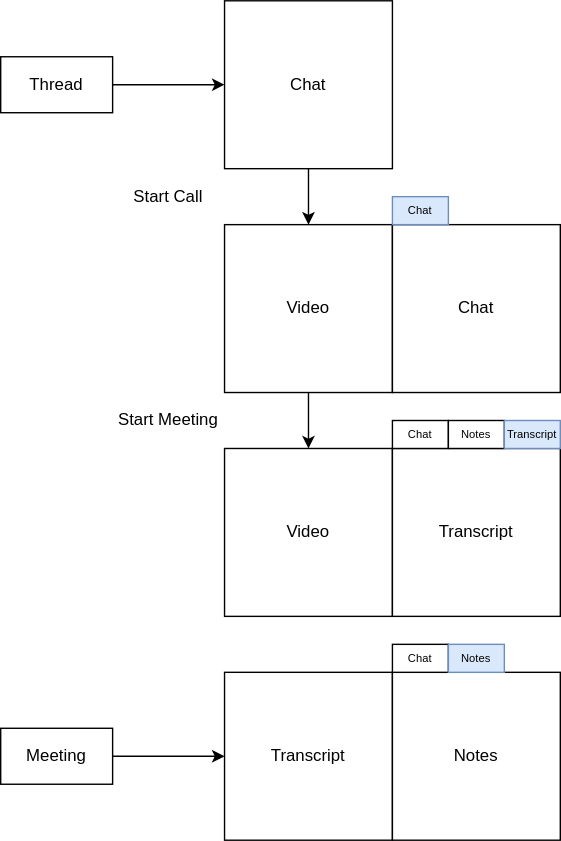
dxos/dxos keeps this draw.io diagram as docs/design/diagrams/meetings.drawio.svg. Above is the earlier version. Source tidied: cells renumbered, new cells last; positions are measured from the earlier drawing's top-left corner, leaving out a move shared by most shapes. Its diagram source:
```xml
<mxGraphModel>
  <root>
    <mxCell id="0" />
    <mxCell id="1" parent="0" />
    <mxCell id="2" style="edgeStyle=none;html=1;exitX=0.5;exitY=1;exitDx=0;exitDy=0;" parent="1" edge="1" source="3" target="5">
      <mxGeometry relative="1" as="geometry" />
    </mxCell>
    <mxCell id="3" value="Chat" style="whiteSpace=wrap;html=1;" parent="1" vertex="1">
      <mxGeometry x="160" width="120" height="120" as="geometry" />
    </mxCell>
    <mxCell id="4" style="edgeStyle=none;html=1;exitX=0.5;exitY=1;exitDx=0;exitDy=0;" parent="1" edge="1" source="5" target="8">
      <mxGeometry relative="1" as="geometry" />
    </mxCell>
    <mxCell id="5" value="Video" style="whiteSpace=wrap;html=1;" parent="1" vertex="1">
      <mxGeometry x="160" y="160" width="120" height="120" as="geometry" />
    </mxCell>
    <mxCell id="6" value="Chat" style="whiteSpace=wrap;html=1;" parent="1" vertex="1">
      <mxGeometry x="280" y="160" width="120" height="120" as="geometry" />
    </mxCell>
    <mxCell id="7" value="Chat" style="rounded=0;whiteSpace=wrap;html=1;fontSize=8;fillColor=#dae8fc;strokeColor=#6c8ebf;" parent="1" vertex="1">
      <mxGeometry x="280" y="140" width="40" height="20" as="geometry" />
    </mxCell>
    <mxCell id="8" value="Video" style="whiteSpace=wrap;html=1;" parent="1" vertex="1">
      <mxGeometry x="160" y="320" width="120" height="120" as="geometry" />
    </mxCell>
    <mxCell id="9" value="Transcript" style="whiteSpace=wrap;html=1;" parent="1" vertex="1">
      <mxGeometry x="280" y="320" width="120" height="120" as="geometry" />
    </mxCell>
    <mxCell id="10" value="Chat" style="rounded=0;whiteSpace=wrap;html=1;fontSize=8;" parent="1" vertex="1">
      <mxGeometry x="280" y="300" width="40" height="20" as="geometry" />
    </mxCell>
    <mxCell id="11" value="Notes" style="rounded=0;whiteSpace=wrap;html=1;fontSize=8;" parent="1" vertex="1">
      <mxGeometry x="320" y="300" width="40" height="20" as="geometry" />
    </mxCell>
    <mxCell id="12" value="Transcript" style="rounded=0;whiteSpace=wrap;html=1;fontSize=8;fillColor=#dae8fc;strokeColor=#6c8ebf;" parent="1" vertex="1">
      <mxGeometry x="360" y="300" width="40" height="20" as="geometry" />
    </mxCell>
    <mxCell id="13" style="edgeStyle=none;html=1;exitX=1;exitY=0.5;exitDx=0;exitDy=0;" parent="1" edge="1" source="14" target="3">
      <mxGeometry relative="1" as="geometry" />
    </mxCell>
    <mxCell id="14" value="Thread" style="rounded=0;whiteSpace=wrap;html=1;" parent="1" vertex="1">
      <mxGeometry y="40" width="80" height="40" as="geometry" />
    </mxCell>
    <mxCell id="15" style="edgeStyle=none;html=1;exitX=1;exitY=0.5;exitDx=0;exitDy=0;" parent="1" edge="1" source="16" target="17">
      <mxGeometry relative="1" as="geometry" />
    </mxCell>
    <mxCell id="16" value="Meeting" style="rounded=0;whiteSpace=wrap;html=1;" parent="1" vertex="1">
      <mxGeometry y="520" width="80" height="40" as="geometry" />
    </mxCell>
    <mxCell id="17" value="Transcript" style="whiteSpace=wrap;html=1;" parent="1" vertex="1">
      <mxGeometry x="160" y="480" width="120" height="120" as="geometry" />
    </mxCell>
    <mxCell id="18" value="Notes" style="whiteSpace=wrap;html=1;" parent="1" vertex="1">
      <mxGeometry x="280" y="480" width="120" height="120" as="geometry" />
    </mxCell>
    <mxCell id="19" value="Chat" style="rounded=0;whiteSpace=wrap;html=1;fontSize=8;" parent="1" vertex="1">
      <mxGeometry x="280" y="460" width="40" height="20" as="geometry" />
    </mxCell>
    <mxCell id="20" value="Notes" style="rounded=0;whiteSpace=wrap;html=1;fontSize=8;fillColor=#dae8fc;strokeColor=#6c8ebf;" parent="1" vertex="1">
      <mxGeometry x="320" y="460" width="40" height="20" as="geometry" />
    </mxCell>
    <mxCell id="21" value="Start Meeting" style="rounded=0;whiteSpace=wrap;html=1;fillColor=none;strokeColor=none;" parent="1" vertex="1">
      <mxGeometry x="80" y="280" width="80" height="40" as="geometry" />
    </mxCell>
    <mxCell id="22" value="Start Call" style="rounded=0;whiteSpace=wrap;html=1;fillColor=none;strokeColor=none;" parent="1" vertex="1">
      <mxGeometry x="80" y="120" width="80" height="40" as="geometry" />
    </mxCell>
  </root>
</mxGraphModel>
```
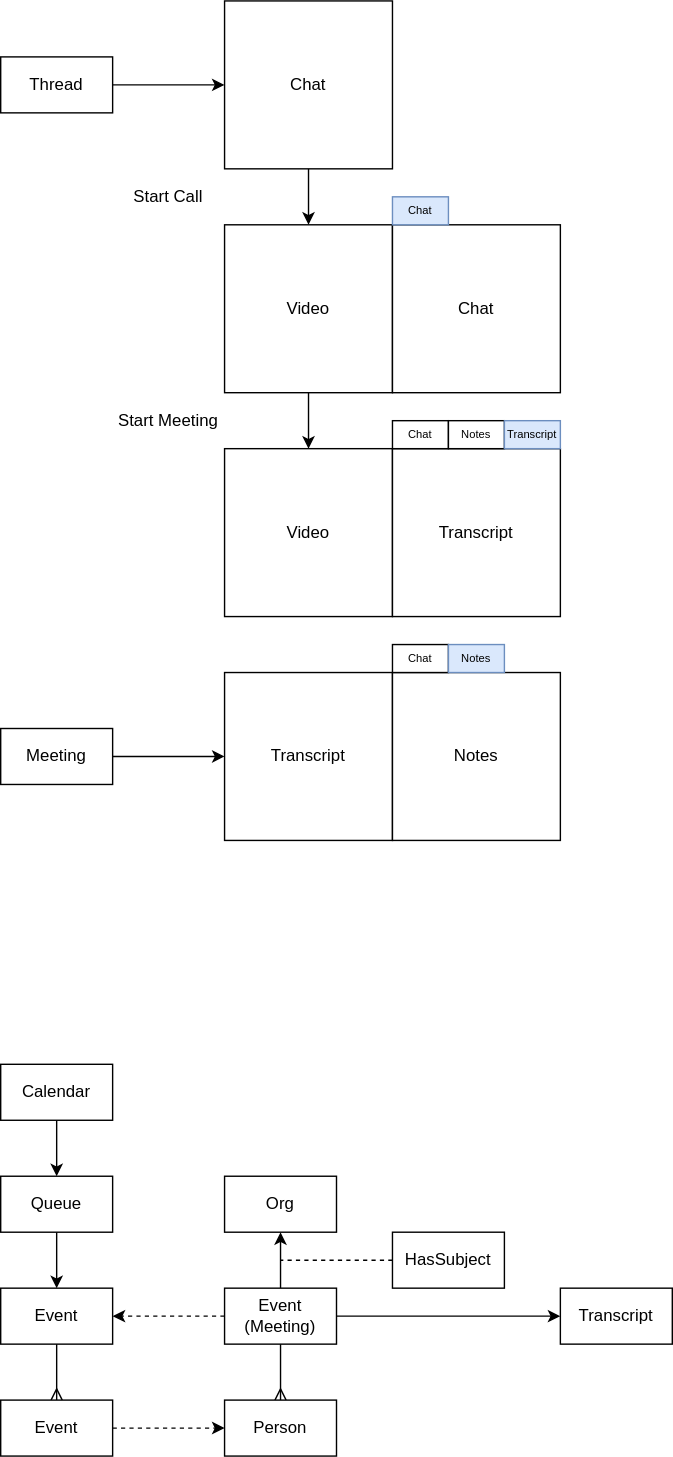
Later version of the same file.

Commit message:
``` docs: update meetings diagram and refactor component organization

Diff of the diagram source:
```diff
@@ -65,5 +65,61 @@
     <mxCell id="22" value="Start Call" style="rounded=0;whiteSpace=wrap;html=1;fillColor=none;strokeColor=none;" parent="1" vertex="1">
       <mxGeometry x="80" y="120" width="80" height="40" as="geometry" />
     </mxCell>
+    <mxCell id="23" style="edgeStyle=none;html=1;exitX=0;exitY=0.5;exitDx=0;exitDy=0;dashed=1;" parent="1" edge="1" source="27" target="29">
+      <mxGeometry relative="1" as="geometry" />
+    </mxCell>
+    <mxCell id="24" style="edgeStyle=none;html=1;exitX=1;exitY=0.5;exitDx=0;exitDy=0;" parent="1" edge="1" source="27" target="34">
+      <mxGeometry relative="1" as="geometry" />
+    </mxCell>
+    <mxCell id="25" style="edgeStyle=none;html=1;exitX=0.5;exitY=1;exitDx=0;exitDy=0;endArrow=ERmany;endFill=0;" parent="1" edge="1" source="27" target="37">
+      <mxGeometry relative="1" as="geometry" />
+    </mxCell>
+    <mxCell id="26" style="edgeStyle=none;html=1;exitX=0.5;exitY=0;exitDx=0;exitDy=0;" parent="1" edge="1" source="27" target="38">
+      <mxGeometry relative="1" as="geometry" />
+    </mxCell>
+    <mxCell id="27" value="Event&lt;div&gt;(Meeting)&lt;/div&gt;" style="rounded=0;whiteSpace=wrap;html=1;" parent="1" vertex="1">
+      <mxGeometry x="160" y="920" width="80" height="40" as="geometry" />
+    </mxCell>
+    <mxCell id="28" style="edgeStyle=none;html=1;exitX=0.5;exitY=1;exitDx=0;exitDy=0;endArrow=ERmany;endFill=0;" parent="1" edge="1" source="29" target="36">
+      <mxGeometry relative="1" as="geometry" />
+    </mxCell>
+    <mxCell id="29" value="Event" style="rounded=0;whiteSpace=wrap;html=1;" parent="1" vertex="1">
+      <mxGeometry y="920" width="80" height="40" as="geometry" />
+    </mxCell>
+    <mxCell id="30" style="edgeStyle=none;html=1;exitX=0.5;exitY=1;exitDx=0;exitDy=0;" parent="1" edge="1" source="31" target="29">
+      <mxGeometry relative="1" as="geometry" />
+    </mxCell>
+    <mxCell id="31" value="Queue" style="rounded=0;whiteSpace=wrap;html=1;" parent="1" vertex="1">
+      <mxGeometry y="840" width="80" height="40" as="geometry" />
+    </mxCell>
+    <mxCell id="32" style="edgeStyle=none;html=1;exitX=0.5;exitY=1;exitDx=0;exitDy=0;" parent="1" edge="1" source="33" target="31">
+      <mxGeometry relative="1" as="geometry" />
+    </mxCell>
+    <mxCell id="33" value="Calendar" style="rounded=0;whiteSpace=wrap;html=1;" parent="1" vertex="1">
+      <mxGeometry y="760" width="80" height="40" as="geometry" />
+    </mxCell>
+    <mxCell id="34" value="Transcript" style="rounded=0;whiteSpace=wrap;html=1;" parent="1" vertex="1">
+      <mxGeometry x="400" y="920" width="80" height="40" as="geometry" />
+    </mxCell>
+    <mxCell id="35" style="edgeStyle=none;html=1;exitX=1;exitY=0.5;exitDx=0;exitDy=0;dashed=1;" parent="1" edge="1" source="36" target="37">
+      <mxGeometry relative="1" as="geometry" />
+    </mxCell>
+    <mxCell id="36" value="Event" style="rounded=0;whiteSpace=wrap;html=1;" parent="1" vertex="1">
+      <mxGeometry y="1000" width="80" height="40" as="geometry" />
+    </mxCell>
+    <mxCell id="37" value="Person" style="rounded=0;whiteSpace=wrap;html=1;" parent="1" vertex="1">
+      <mxGeometry x="160" y="1000" width="80" height="40" as="geometry" />
+    </mxCell>
+    <mxCell id="38" value="Org" style="rounded=0;whiteSpace=wrap;html=1;" parent="1" vertex="1">
+      <mxGeometry x="160" y="840" width="80" height="40" as="geometry" />
+    </mxCell>
+    <mxCell id="39" style="edgeStyle=none;html=1;exitX=0;exitY=0.5;exitDx=0;exitDy=0;dashed=1;endArrow=none;endFill=0;" parent="1" edge="1" source="40">
+      <mxGeometry relative="1" as="geometry">
+        <mxPoint x="200" y="900" as="targetPoint" />
+      </mxGeometry>
+    </mxCell>
+    <mxCell id="40" value="HasSubject" style="rounded=0;whiteSpace=wrap;html=1;" parent="1" vertex="1">
+      <mxGeometry x="280" y="880" width="80" height="40" as="geometry" />
+    </mxCell>
   </root>
 </mxGraphModel>
```
